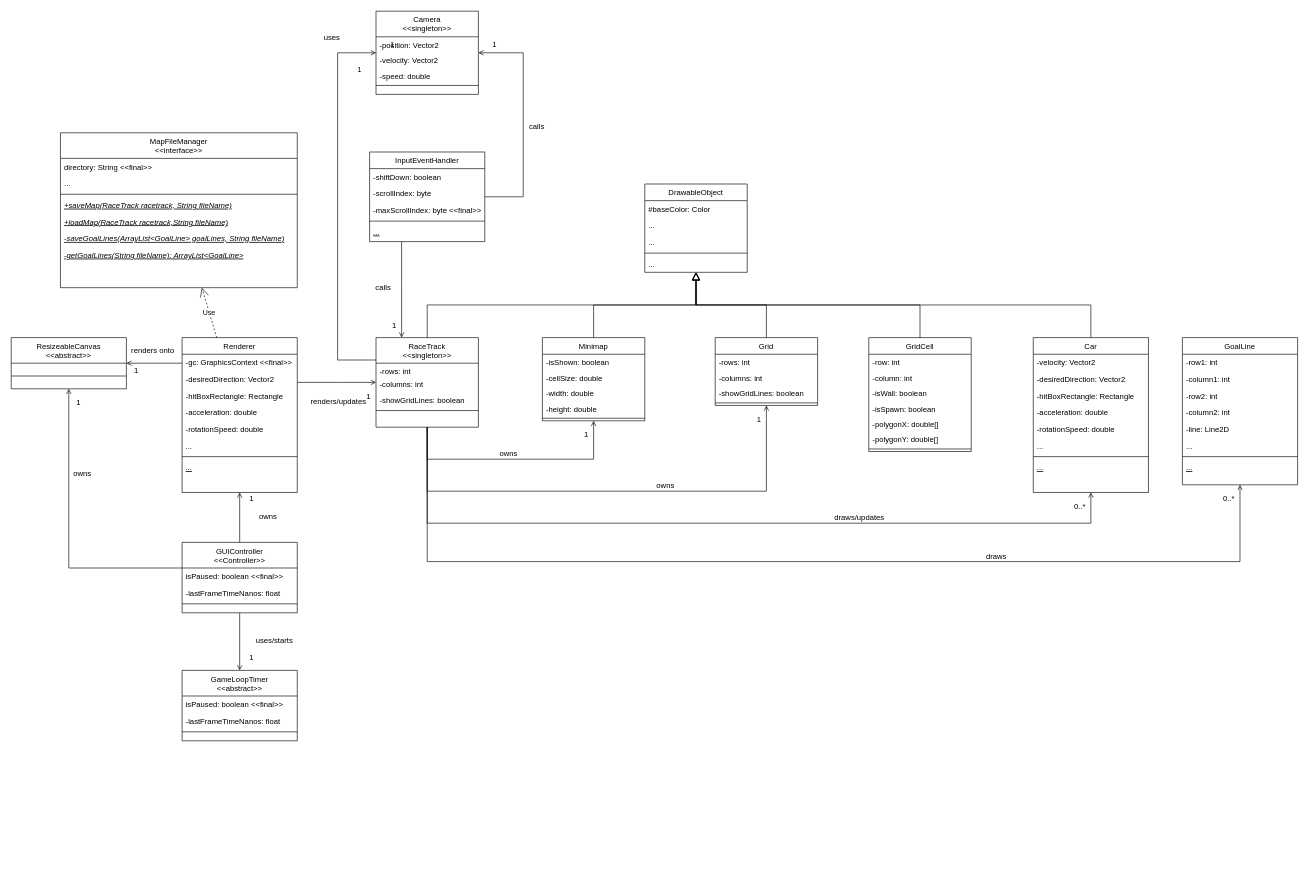
CommittingTreasonForGreatReason/NeuralNetwork2DCarController keeps this draw.io diagram as Class_Diagramm.drawio. Above is the earlier version. Source tidied: cells renumbered, new cells numbered last; positions are measured from the earlier drawing's top-left corner, leaving out a move shared by most shapes. Both pictures are drawn from the tidied source at 64%, with x=0, y=0 at pixel (11, 11).
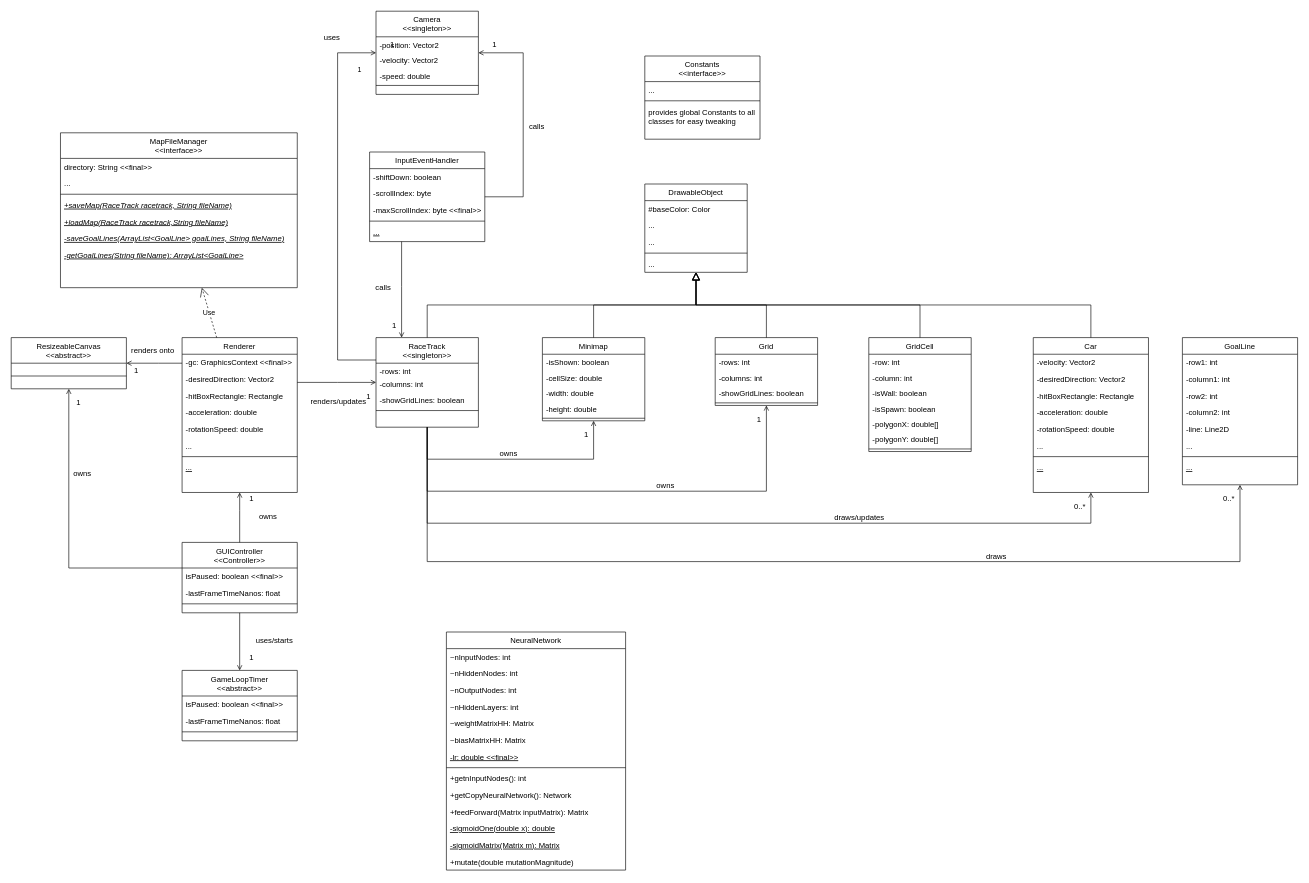
The same diagram, later.

Commit message (it also covers changes not shown here):
trained neural network

The edit, as a diff of the source:
```diff
@@
+    <mxCell id="143" value="Constants&#10;&lt;&lt;interface&gt;&gt;" style="swimlane;fontStyle=0;align=center;verticalAlign=top;horizontal=1;startSize=40;rounded=0;shadow=0;strokeWidth=1;" parent="1" vertex="1">
+      <mxGeometry x="990" y="70" width="180" height="130" as="geometry" />
+    </mxCell>
+    <mxCell id="144" value="..." style="text;align=left;verticalAlign=top;spacingLeft=4;spacingRight=4;overflow=hidden;rounded=0;shadow=0;html=0;" parent="143" vertex="1">
+      <mxGeometry y="40" width="180" height="26" as="geometry" />
+    </mxCell>
+    <mxCell id="145" style="line;html=1;strokeWidth=1;align=left;verticalAlign=middle;spacingTop=-1;spacingLeft=3;spacingRight=3;labelPosition=right;" parent="143" vertex="1">
+      <mxGeometry y="66" width="180" height="8" as="geometry" />
+    </mxCell>
+    <mxCell id="146" value="provides global Constants to all&#10;classes for easy tweaking" style="text;align=left;verticalAlign=top;spacingLeft=4;spacingRight=4;overflow=hidden;fontStyle=0;" parent="143" vertex="1">
+      <mxGeometry y="74" width="180" height="56" as="geometry" />
+    </mxCell>
+    <mxCell id="147" value="NeuralNetwork" style="swimlane;fontStyle=0;align=center;verticalAlign=top;horizontal=1;startSize=26;rounded=0;shadow=0;strokeWidth=1;" parent="1" vertex="1">
+      <mxGeometry x="680" y="970" width="280" height="372" as="geometry" />
+    </mxCell>
+    <mxCell id="148" value="~nInputNodes: int" style="text;align=left;verticalAlign=top;spacingLeft=4;spacingRight=4;overflow=hidden;" parent="147" vertex="1">
+      <mxGeometry y="26" width="280" height="26" as="geometry" />
+    </mxCell>
+    <mxCell id="149" value="~nHiddenNodes: int" style="text;align=left;verticalAlign=top;spacingLeft=4;spacingRight=4;overflow=hidden;" parent="147" vertex="1">
+      <mxGeometry y="52" width="280" height="26" as="geometry" />
+    </mxCell>
+    <mxCell id="150" value="~nOutputNodes: int" style="text;align=left;verticalAlign=top;spacingLeft=4;spacingRight=4;overflow=hidden;" parent="147" vertex="1">
+      <mxGeometry y="78" width="280" height="26" as="geometry" />
+    </mxCell>
+    <mxCell id="151" value="~nHiddenLayers: int" style="text;align=left;verticalAlign=top;spacingLeft=4;spacingRight=4;overflow=hidden;" parent="147" vertex="1">
+      <mxGeometry y="104" width="280" height="26" as="geometry" />
+    </mxCell>
+    <mxCell id="152" value="~weightMatrixHH: Matrix" style="text;align=left;verticalAlign=top;spacingLeft=4;spacingRight=4;overflow=hidden;rounded=0;shadow=0;html=0;" parent="147" vertex="1">
+      <mxGeometry y="130" width="280" height="26" as="geometry" />
+    </mxCell>
+    <mxCell id="153" value="~biasMatrixHH: Matrix" style="text;align=left;verticalAlign=top;spacingLeft=4;spacingRight=4;overflow=hidden;rounded=0;shadow=0;html=0;" parent="147" vertex="1">
+      <mxGeometry y="156" width="280" height="26" as="geometry" />
+    </mxCell>
+    <mxCell id="154" value="-lr: double &lt;&lt;final&gt;&gt;" style="text;align=left;verticalAlign=top;spacingLeft=4;spacingRight=4;overflow=hidden;rounded=0;shadow=0;html=0;fontStyle=4;" parent="147" vertex="1">
+      <mxGeometry y="182" width="280" height="26" as="geometry" />
+    </mxCell>
+    <mxCell id="155" style="line;html=1;strokeWidth=1;align=left;verticalAlign=middle;spacingTop=-1;spacingLeft=3;spacingRight=3;labelPosition=right;" parent="147" vertex="1">
+      <mxGeometry y="208" width="280" height="8" as="geometry" />
+    </mxCell>
+    <mxCell id="156" value="+getnInputNodes(): int" style="text;align=left;verticalAlign=top;spacingLeft=4;spacingRight=4;overflow=hidden;fontStyle=0;" parent="147" vertex="1">
+      <mxGeometry y="216" width="280" height="26" as="geometry" />
+    </mxCell>
+    <mxCell id="157" value="+getCopyNeuralNetwork(): Network" style="text;align=left;verticalAlign=top;spacingLeft=4;spacingRight=4;overflow=hidden;fontStyle=0;" parent="147" vertex="1">
+      <mxGeometry y="242" width="280" height="26" as="geometry" />
+    </mxCell>
+    <mxCell id="158" value="+feedForward(Matrix inputMatrix): Matrix" style="text;align=left;verticalAlign=top;spacingLeft=4;spacingRight=4;overflow=hidden;fontStyle=0;" parent="147" vertex="1">
+      <mxGeometry y="268" width="280" height="26" as="geometry" />
+    </mxCell>
+    <mxCell id="159" value="-sigmoidOne(double x): double" style="text;align=left;verticalAlign=top;spacingLeft=4;spacingRight=4;overflow=hidden;fontStyle=4;" parent="147" vertex="1">
+      <mxGeometry y="294" width="280" height="26" as="geometry" />
+    </mxCell>
+    <mxCell id="160" value="-sigmoidMatrix(Matrix m): Matrix" style="text;align=left;verticalAlign=top;spacingLeft=4;spacingRight=4;overflow=hidden;fontStyle=4;" parent="147" vertex="1">
+      <mxGeometry y="320" width="280" height="26" as="geometry" />
+    </mxCell>
+    <mxCell id="161" value="+mutate(double mutationMagnitude)" style="text;align=left;verticalAlign=top;spacingLeft=4;spacingRight=4;overflow=hidden;fontStyle=0;" parent="147" vertex="1">
+      <mxGeometry y="346" width="280" height="26" as="geometry" />
+    </mxCell>
```
